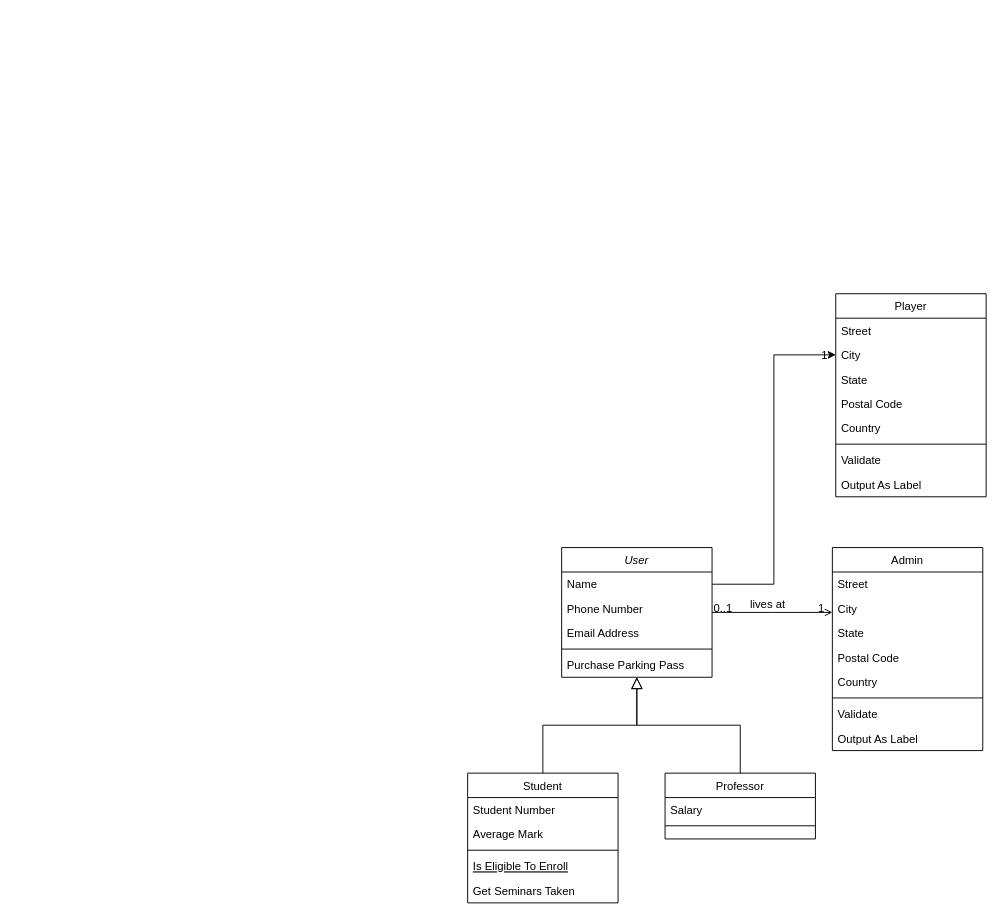
The draw.io diagram HCIDiagrams.drawio in yzy21cs/Diagrams, before the edit. Source tidied: cells renumbered, new cells numbered last; positions are measured from the earlier drawing's top-left corner, leaving out a move shared by most shapes. Both pictures are drawn from the tidied source at 94%, with x=0, y=0 at pixel (467, 293).
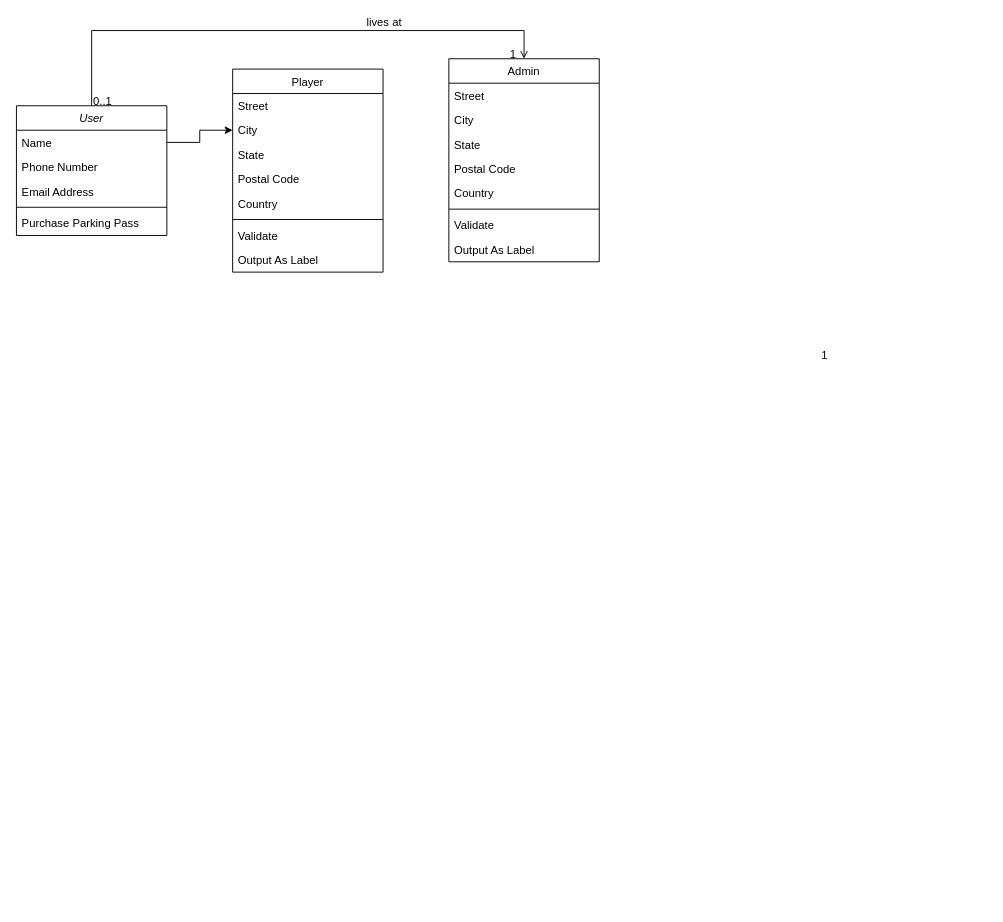
The same page after the edit.

The edit, as a diff of the source:
```diff
@@
     <mxCell id="2" value="User" style="swimlane;fontStyle=2;align=center;verticalAlign=top;horizontal=1;startSize=26;rounded=0;shadow=0;strokeWidth=1;" parent="1" vertex="1">
-      <mxGeometry x="100" y="270" width="160" height="138" as="geometry" />
+      <mxGeometry x="-480" y="-200" width="160" height="138" as="geometry" />
     </mxCell>
@@
-    <mxCell id="8" value="Student" style="swimlane;fontStyle=0;align=center;verticalAlign=top;horizontal=1;startSize=26;rounded=0;shadow=0;strokeWidth=1;" parent="1" vertex="1">
-      <mxGeometry y="510" width="160" height="138" as="geometry" />
-    </mxCell>
-    <mxCell id="9" value="Student Number" style="text;align=left;verticalAlign=top;spacingLeft=4;spacingRight=4;overflow=hidden;" parent="8" vertex="1">
-      <mxGeometry y="26" width="160" height="26" as="geometry" />
-    </mxCell>
-    <mxCell id="10" value="Average Mark" style="text;align=left;verticalAlign=top;spacingLeft=4;spacingRight=4;overflow=hidden;rounded=0;shadow=0;html=0;" parent="8" vertex="1">
-      <mxGeometry y="52" width="160" height="26" as="geometry" />
-    </mxCell>
-    <mxCell id="11" style="line;html=1;strokeWidth=1;align=left;verticalAlign=middle;spacingTop=-1;spacingLeft=3;spacingRight=3;labelPosition=right;" parent="8" vertex="1">
-      <mxGeometry y="78" width="160" height="8" as="geometry" />
-    </mxCell>
-    <mxCell id="12" value="Is Eligible To Enroll" style="text;align=left;verticalAlign=top;spacingLeft=4;spacingRight=4;overflow=hidden;fontStyle=4;" parent="8" vertex="1">
-      <mxGeometry y="86" width="160" height="26" as="geometry" />
-    </mxCell>
-    <mxCell id="13" value="Get Seminars Taken" style="text;align=left;verticalAlign=top;spacingLeft=4;spacingRight=4;overflow=hidden;" parent="8" vertex="1">
-      <mxGeometry y="112" width="160" height="26" as="geometry" />
-    </mxCell>
-    <mxCell id="14" style="endArrow=block;endSize=10;endFill=0;shadow=0;strokeWidth=1;rounded=0;edgeStyle=elbowEdgeStyle;elbow=vertical;" parent="1" edge="1" source="8" target="2">
-      <mxGeometry relative="1" as="geometry" />
-    </mxCell>
-    <mxCell id="15" value="Professor" style="swimlane;fontStyle=0;align=center;verticalAlign=top;horizontal=1;startSize=26;rounded=0;shadow=0;strokeWidth=1;" parent="1" vertex="1">
-      <mxGeometry x="210" y="510" width="160" height="70" as="geometry" />
-    </mxCell>
-    <mxCell id="16" value="Salary" style="text;align=left;verticalAlign=top;spacingLeft=4;spacingRight=4;overflow=hidden;" parent="15" vertex="1">
-      <mxGeometry y="26" width="160" height="26" as="geometry" />
-    </mxCell>
-    <mxCell id="17" style="line;html=1;strokeWidth=1;align=left;verticalAlign=middle;spacingTop=-1;spacingLeft=3;spacingRight=3;labelPosition=right;" parent="15" vertex="1">
-      <mxGeometry y="52" width="160" height="8" as="geometry" />
-    </mxCell>
-    <mxCell id="18" style="endArrow=block;endSize=10;endFill=0;shadow=0;strokeWidth=1;rounded=0;edgeStyle=elbowEdgeStyle;elbow=vertical;" parent="1" edge="1" source="15" target="2">
-      <mxGeometry relative="1" as="geometry" />
-    </mxCell>
     <mxCell id="19" value="Admin" style="swimlane;fontStyle=0;align=center;verticalAlign=top;horizontal=1;startSize=26;rounded=0;shadow=0;strokeWidth=1;" parent="1" vertex="1">
-      <mxGeometry x="388" y="270" width="160" height="216" as="geometry" />
+      <mxGeometry x="-20" y="-250" width="160" height="216" as="geometry" />
     </mxCell>
@@
     <mxCell id="28" style="endArrow=open;shadow=0;strokeWidth=1;rounded=0;endFill=1;edgeStyle=elbowEdgeStyle;elbow=vertical;" parent="1" edge="1" source="2" target="19">
       <mxGeometry x="0.5" y="41" relative="1" as="geometry">
+        <Array as="points">
+          <mxPoint x="-180" y="-280" />
+        </Array>
         <mxPoint x="-40" y="32" as="offset" />
       </mxGeometry>
     </mxCell>
@@
     <mxCell id="32" value="Player" style="swimlane;fontStyle=0;align=center;verticalAlign=top;horizontal=1;startSize=26;rounded=0;shadow=0;strokeWidth=1;" parent="1" vertex="1">
-      <mxGeometry x="391.6" width="160" height="216" as="geometry" />
+      <mxGeometry x="-250" y="-239" width="160" height="216" as="geometry" />
     </mxCell>
```
